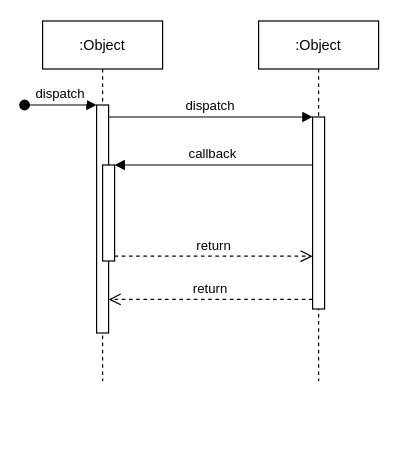
The draw.io diagram UML/SW ENG course/Sequence diagrams/AR game option.drawio in DeveloperLauri/UML-charts-draw.io, before the edit. Source tidied: cells renumbered, new cells numbered last; positions are measured from the earlier drawing's top-left corner, leaving out a move shared by most shapes. Both pictures are drawn from the tidied source at 120%, with x=0, y=0 at pixel (24, 20).
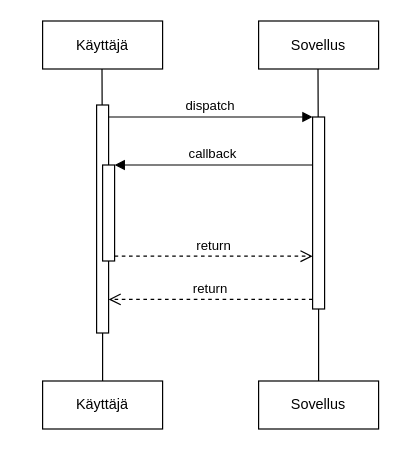
After the change.

The edit, as a diff of the source:
```diff
@@
 <mxGraphModel>
   <root>
     <mxCell id="0" />
     <mxCell id="1" parent="0" />
+    <mxCell id="12" style="edgeStyle=orthogonalEdgeStyle;rounded=0;jettySize=auto;html=1;endArrow=none;endFill=0;" parent="1" edge="1" source="2">
+      <mxGeometry relative="1" as="geometry">
+        <mxPoint x="65" y="300" as="targetPoint" />
+      </mxGeometry>
+    </mxCell>
-    <mxCell id="2" value=":Object" style="shape=umlLifeline;perimeter=lifelinePerimeter;rounded=0;shadow=0;strokeWidth=1;" parent="1" vertex="1">
-      <mxGeometry x="15" width="100" height="300" as="geometry" />
+    <mxCell id="2" value="Käyttäjä" style="shape=umlLifeline;perimeter=lifelinePerimeter;rounded=0;shadow=0;strokeWidth=1;" parent="1" vertex="1">
+      <mxGeometry x="15" width="100" height="40" as="geometry" />
     </mxCell>
     <mxCell id="3" style="points=[];perimeter=orthogonalPerimeter;rounded=0;shadow=0;strokeWidth=1;" parent="2" vertex="1">
       <mxGeometry x="45" y="70" width="10" height="190" as="geometry" />
     </mxCell>
-    <mxCell id="4" value="dispatch" style="verticalAlign=bottom;startArrow=oval;endArrow=block;startSize=8;shadow=0;strokeWidth=1;" parent="2" edge="1" target="3">
-      <mxGeometry relative="1" as="geometry">
-        <mxPoint x="-15" y="70" as="sourcePoint" />
-      </mxGeometry>
-    </mxCell>
     <mxCell id="5" style="points=[];perimeter=orthogonalPerimeter;rounded=0;shadow=0;strokeWidth=1;" parent="2" vertex="1">
       <mxGeometry x="50" y="120" width="10" height="80" as="geometry" />
     </mxCell>
+    <mxCell id="13" style="edgeStyle=orthogonalEdgeStyle;rounded=0;jettySize=auto;html=1;endArrow=none;endFill=0;" parent="1" edge="1" source="6">
+      <mxGeometry relative="1" as="geometry">
+        <mxPoint x="245" y="300" as="targetPoint" />
+      </mxGeometry>
+    </mxCell>
-    <mxCell id="6" value=":Object" style="shape=umlLifeline;perimeter=lifelinePerimeter;rounded=0;shadow=0;strokeWidth=1;" parent="1" vertex="1">
-      <mxGeometry x="195" width="100" height="300" as="geometry" />
+    <mxCell id="6" value="Sovellus" style="shape=umlLifeline;perimeter=lifelinePerimeter;rounded=0;shadow=0;strokeWidth=1;" parent="1" vertex="1">
+      <mxGeometry x="195" width="100" height="40" as="geometry" />
     </mxCell>
     <mxCell id="7" style="points=[];perimeter=orthogonalPerimeter;rounded=0;shadow=0;strokeWidth=1;" parent="6" vertex="1">
       <mxGeometry x="45" y="80" width="10" height="160" as="geometry" />
     </mxCell>
     <mxCell id="8" value="return" style="verticalAlign=bottom;endArrow=open;dashed=1;endSize=8;exitX=0;exitY=0.95;shadow=0;strokeWidth=1;" parent="1" edge="1" source="7" target="3">
       <mxGeometry relative="1" as="geometry" />
     </mxCell>
     <mxCell id="9" value="dispatch" style="verticalAlign=bottom;endArrow=block;entryX=0;entryY=0;shadow=0;strokeWidth=1;" parent="1" edge="1" source="3" target="7">
       <mxGeometry relative="1" as="geometry" />
     </mxCell>
     <mxCell id="10" value="callback" style="verticalAlign=bottom;endArrow=block;entryX=1;entryY=0;shadow=0;strokeWidth=1;" parent="1" edge="1" source="7" target="5">
       <mxGeometry relative="1" as="geometry" />
     </mxCell>
     <mxCell id="11" value="return" style="verticalAlign=bottom;endArrow=open;dashed=1;endSize=8;exitX=1;exitY=0.95;shadow=0;strokeWidth=1;" parent="1" edge="1" source="5" target="7">
       <mxGeometry relative="1" as="geometry" />
     </mxCell>
+    <mxCell id="14" value="&lt;span style=&quot;&quot;&gt;Käyttäjä&lt;/span&gt;" style="rounded=0;whiteSpace=wrap;html=1;" parent="1" vertex="1">
+      <mxGeometry x="15" y="300" width="100" height="40" as="geometry" />
+    </mxCell>
+    <mxCell id="15" value="&lt;span style=&quot;&quot;&gt;Sovellus&lt;/span&gt;" style="rounded=0;whiteSpace=wrap;html=1;" parent="1" vertex="1">
+      <mxGeometry x="195" y="300" width="100" height="40" as="geometry" />
+    </mxCell>
   </root>
 </mxGraphModel>
```
